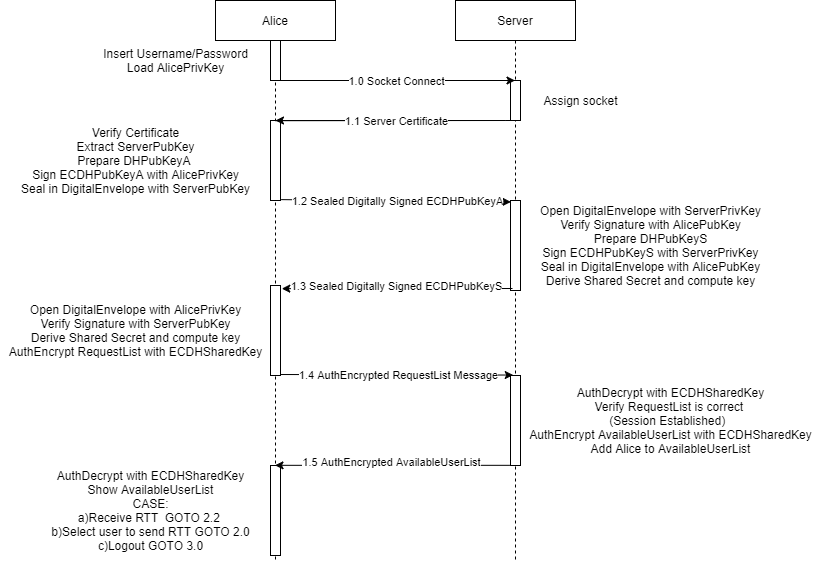
Above: Documentation/Flow_1_Server_Auth.png in matildao-pane/Secure-online-messaging-service (draw.io), before the change. Source tidied: cells renumbered, new cells last; positions are measured from the earlier drawing's top-left corner, leaving out a move shared by most shapes.
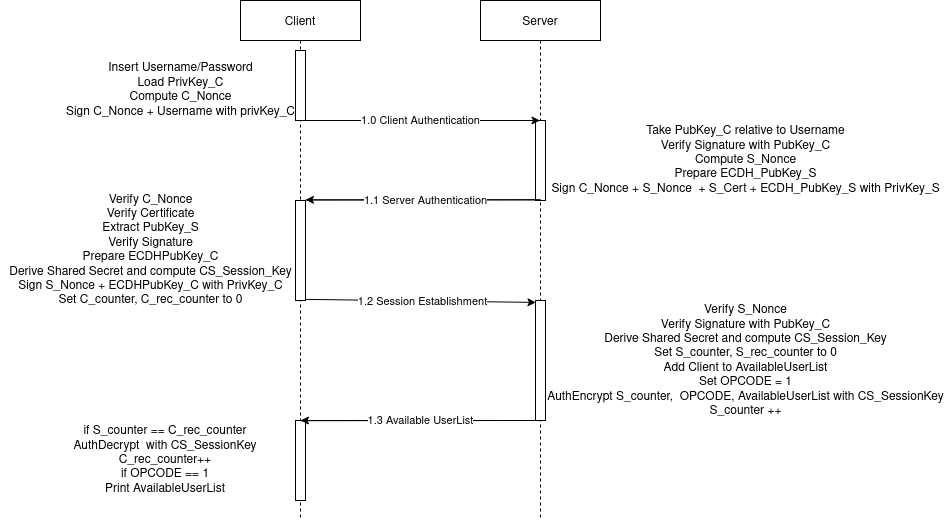
Later version of the same file.

Change to the diagram source:
```diff
@@ -2,109 +2,85 @@
   <root>
     <mxCell id="0" />
     <mxCell id="1" parent="0" />
-    <mxCell id="2" value="Alice" style="shape=umlLifeline;perimeter=lifelinePerimeter;rounded=0;shadow=0;strokeWidth=1;" parent="1" vertex="1">
-      <mxGeometry x="215" width="120" height="560" as="geometry" />
+    <mxCell id="2" value="Client" style="shape=umlLifeline;perimeter=lifelinePerimeter;rounded=0;shadow=0;strokeWidth=1;" parent="1" vertex="1">
+      <mxGeometry x="215" y="-40" width="120" height="520" as="geometry" />
     </mxCell>
-    <mxCell id="3" style="html=1;points=[];perimeter=orthogonalPerimeter;" parent="1" vertex="1">
-      <mxGeometry x="270" y="285" width="10" height="90" as="geometry" />
-    </mxCell>
     <mxCell id="4" style="html=1;points=[];perimeter=orthogonalPerimeter;" parent="1" vertex="1">
-      <mxGeometry x="270" y="120" width="10" height="80" as="geometry" />
+      <mxGeometry x="270" y="160" width="10" height="100" as="geometry" />
     </mxCell>
     <mxCell id="5" value="Server" style="shape=umlLifeline;perimeter=lifelinePerimeter;rounded=0;shadow=0;strokeWidth=1;" parent="1" vertex="1">
-      <mxGeometry x="455" width="120" height="560" as="geometry" />
+      <mxGeometry x="455" y="-40" width="120" height="520" as="geometry" />
     </mxCell>
     <mxCell id="6" style="html=1;perimeter=orthogonalPerimeter;" parent="1" vertex="1">
-      <mxGeometry x="510" y="80" width="10" height="40" as="geometry" />
+      <mxGeometry x="510" y="80" width="10" height="80" as="geometry" />
     </mxCell>
-    <mxCell id="7" value="Assign socket" style="text;html=1;align=center;verticalAlign=middle;strokeColor=none;" parent="1" vertex="1">
-      <mxGeometry x="535" y="90" width="90" height="20" as="geometry" />
+    <mxCell id="7" value="&lt;div&gt;Take PubKey_C relative to Username&lt;br&gt;&lt;/div&gt;&lt;div&gt;Verify Signature with PubKey_C&lt;br&gt;&lt;/div&gt;&lt;div&gt;Compute S_Nonce &lt;br&gt;&lt;/div&gt;&lt;div&gt;Prepare ECDH_PubKey_S&lt;/div&gt;&lt;div&gt;Sign C_Nonce + S_Nonce&amp;nbsp; + S_Cert + ECDH_PubKey_S with PrivKey_S&lt;br&gt;&lt;/div&gt;" style="text;html=1;align=center;verticalAlign=middle;strokeColor=none;" parent="1" vertex="1">
+      <mxGeometry x="520" y="80" width="400" height="80" as="geometry" />
     </mxCell>
     <mxCell id="8" style="endArrow=classic;html=1;" parent="1" edge="1" target="5">
       <mxGeometry relative="1" as="geometry">
         <mxPoint x="275" y="80" as="sourcePoint" />
       </mxGeometry>
     </mxCell>
-    <mxCell id="9" value="1.0 Socket Connect" style="edgeLabel;html=1;align=center;verticalAlign=middle;" parent="8" vertex="1">
+    <mxCell id="9" value="1.0 Client Authentication" style="edgeLabel;html=1;align=center;verticalAlign=middle;" parent="8" vertex="1">
       <mxGeometry relative="1" as="geometry" />
     </mxCell>
     <mxCell id="10" style="endArrow=classic;html=1;" parent="1" edge="1">
       <mxGeometry relative="1" as="geometry">
-        <mxPoint x="275" y="120.2" as="sourcePoint" />
-        <mxPoint x="275" y="120" as="targetPoint" />
+        <mxPoint x="280" y="159.5" as="sourcePoint" />
+        <mxPoint x="280" y="159.3" as="targetPoint" />
         <Array as="points">
-          <mxPoint x="515" y="120" />
+          <mxPoint x="520" y="159.3" />
         </Array>
       </mxGeometry>
     </mxCell>
-    <mxCell id="11" value="1.1 Server Certificate" style="edgeLabel;html=1;align=center;verticalAlign=middle;" parent="10" vertex="1">
+    <mxCell id="11" value="1.1 Server Authentication" style="edgeLabel;html=1;align=center;verticalAlign=middle;" parent="10" vertex="1">
       <mxGeometry relative="1" as="geometry">
         <mxPoint x="-120" as="offset" />
       </mxGeometry>
     </mxCell>
-    <mxCell id="12" value="Verify Certificate&lt;br&gt;Extract ServerPubKey&lt;br&gt;Prepare DHPubKeyA &lt;br&gt;Sign ECDHPubKeyA with AlicePrivKey&lt;br&gt;Seal in DigitalEnvelope with ServerPubKey" style="text;html=1;align=center;verticalAlign=middle;strokeColor=none;" parent="1" vertex="1">
-      <mxGeometry x="15" y="120" width="240" height="80" as="geometry" />
+    <mxCell id="12" value="&lt;div&gt;Verify C_Nonce&lt;/div&gt;&lt;div&gt;Verify Certificate&lt;/div&gt;&lt;div&gt;Extract PubKey_S&lt;br&gt;&lt;/div&gt;&lt;div&gt;Verify Signature&lt;/div&gt;&lt;div&gt;Prepare ECDHPubKey_C &lt;br&gt;&lt;/div&gt;&lt;div&gt;Derive Shared Secret and compute CS_Session_Key&lt;br&gt;&lt;/div&gt;&lt;div&gt;Sign S_Nonce + ECDHPubKey_C with PrivKey_C&lt;/div&gt;&lt;div&gt;&lt;div&gt;Set C_counter, C_rec_counter to 0&lt;/div&gt;&lt;/div&gt;" style="text;html=1;align=center;verticalAlign=middle;strokeColor=none;" parent="1" vertex="1">
+      <mxGeometry x="-25" y="150" width="300" height="120" as="geometry" />
     </mxCell>
     <mxCell id="13" style="html=1;points=[];perimeter=orthogonalPerimeter;" parent="1" vertex="1">
-      <mxGeometry x="510" y="200" width="10" height="90" as="geometry" />
+      <mxGeometry x="510" y="260" width="10" height="120" as="geometry" />
     </mxCell>
     <mxCell id="14" style="endArrow=classic;html=1;exitX=1.071;exitY=0.989;exitDx=0;exitDy=0;exitPerimeter=0;entryX=0.043;entryY=0.016;entryDx=0;entryDy=0;entryPerimeter=0;" parent="1" edge="1" source="4" target="13">
       <mxGeometry relative="1" as="geometry" />
     </mxCell>
-    <mxCell id="15" value="1.2 Sealed Digitally Signed ECDHPubKeyA" style="edgeLabel;html=1;align=center;verticalAlign=middle;" parent="14" vertex="1">
+    <mxCell id="15" value="1.2 Session Establishment" style="edgeLabel;html=1;align=center;verticalAlign=middle;" parent="14" vertex="1">
       <mxGeometry relative="1" as="geometry">
         <mxPoint x="1" as="offset" />
       </mxGeometry>
     </mxCell>
     <mxCell id="16" style="html=1;perimeter=orthogonalPerimeter;" parent="1" vertex="1">
-      <mxGeometry x="270" y="40" width="10" height="40" as="geometry" />
+      <mxGeometry x="270" y="10" width="10" height="70" as="geometry" />
     </mxCell>
-    <mxCell id="17" value="Insert Username/Password&lt;br&gt;Load AlicePrivKey" style="text;html=1;align=center;verticalAlign=middle;strokeColor=none;" parent="1" vertex="1">
-      <mxGeometry x="95" y="45" width="160" height="30" as="geometry" />
+    <mxCell id="17" value="Insert Username/Password&lt;br&gt;&lt;div&gt;Load PrivKey_C&lt;/div&gt;&lt;div&gt;Compute C_Nonce&lt;/div&gt;&lt;div&gt;Sign C_Nonce + Username with privKey_C&lt;br&gt;&lt;/div&gt;" style="text;html=1;align=center;verticalAlign=middle;strokeColor=none;" parent="1" vertex="1">
+      <mxGeometry x="35" y="20" width="240" height="60" as="geometry" />
     </mxCell>
-    <mxCell id="18" value="Open DigitalEnvelope with ServerPrivKey&lt;br&gt;Verify Signature with AlicePubKey&lt;br&gt;Prepare DHPubKeyS&lt;br&gt;Sign ECDHPubKeyS with ServerPrivKey&lt;br&gt;Seal in DigitalEnvelope with AlicePubKey&lt;br&gt;Derive Shared Secret and compute key" style="text;html=1;align=center;verticalAlign=middle;strokeColor=none;" parent="1" vertex="1">
-      <mxGeometry x="530" y="200" width="240" height="90" as="geometry" />
+    <mxCell id="18" value="Verify S_Nonce&lt;br&gt;Verify Signature with PubKey_C&lt;br&gt;&lt;div&gt;Derive Shared Secret and compute CS_Session_Key&lt;/div&gt;&lt;div&gt;&lt;div&gt;Set S_counter, S_rec_counter to 0&lt;/div&gt;&lt;div&gt;Add Client to AvailableUserList&lt;/div&gt;&lt;/div&gt;&lt;div&gt;&lt;div&gt;Set OPCODE = 1&lt;/div&gt;AuthEncrypt S_counter,&amp;nbsp; OPCODE, AvailableUserList with CS_SessionKey&lt;br&gt;&lt;div&gt;S_counter ++&lt;br&gt;&lt;/div&gt;&lt;div&gt;&lt;br&gt;&lt;br&gt;&lt;/div&gt;&lt;/div&gt;" style="text;html=1;align=center;verticalAlign=middle;strokeColor=none;" parent="1" vertex="1">
+      <mxGeometry x="515" y="260" width="410" height="150" as="geometry" />
     </mxCell>
-    <mxCell id="19" style="endArrow=classic;html=1;entryX=1.129;entryY=0.035;entryDx=0;entryDy=0;entryPerimeter=0;" parent="1" edge="1" target="3">
-      <mxGeometry relative="1" as="geometry">
-        <mxPoint x="512" y="288" as="sourcePoint" />
-      </mxGeometry>
-    </mxCell>
-    <mxCell id="20" value="1.3 Sealed Digitally Signed ECDHPubKeyS" style="edgeLabel;html=1;align=center;verticalAlign=middle;" parent="19" vertex="1">
-      <mxGeometry relative="1" as="geometry">
-        <mxPoint x="-2" y="-3" as="offset" />
-      </mxGeometry>
-    </mxCell>
-    <mxCell id="21" value="Open DigitalEnvelope with AlicePrivKey&lt;br&gt;Verify Signature with ServerPubKey&lt;br&gt;Derive Shared Secret and compute key&lt;br&gt;AuthEncrypt RequestList with ECDHSharedKey" style="text;html=1;align=center;verticalAlign=middle;strokeColor=none;" parent="1" vertex="1">
-      <mxGeometry y="300" width="270" height="60" as="geometry" />
-    </mxCell>
-    <mxCell id="22" style="endArrow=classic;html=1;exitX=0.957;exitY=0.989;exitDx=0;exitDy=0;exitPerimeter=0;entryX=0.271;entryY=-0.005;entryDx=0;entryDy=0;entryPerimeter=0;" parent="1" edge="1" source="3" target="24">
-      <mxGeometry relative="1" as="geometry" />
-    </mxCell>
-    <mxCell id="23" value="1.4 AuthEncrypted RequestList Message" style="edgeLabel;html=1;align=center;verticalAlign=middle;" parent="22" vertex="1">
-      <mxGeometry relative="1" as="geometry">
-        <mxPoint x="1" as="offset" />
-      </mxGeometry>
-    </mxCell>
-    <mxCell id="24" style="html=1;points=[];perimeter=orthogonalPerimeter;" parent="1" vertex="1">
-      <mxGeometry x="510" y="375" width="10" height="90" as="geometry" />
-    </mxCell>
-    <mxCell id="25" value="AuthDecrypt with ECDHSharedKey&lt;br&gt;Verify RequestList is correct &lt;br&gt;(Session Established)&amp;nbsp;&amp;nbsp;&lt;br&gt;AuthEncrypt AvailableUserList with ECDHSharedKey&lt;br&gt;Add Alice to AvailableUserList" style="text;html=1;align=center;verticalAlign=middle;strokeColor=none;" parent="1" vertex="1">
-      <mxGeometry x="520" y="385" width="300" height="70" as="geometry" />
-    </mxCell>
-    <mxCell id="26" style="html=1;perimeter=orthogonalPerimeter;" parent="1" vertex="1">
-      <mxGeometry x="270" y="465" width="10" height="90" as="geometry" />
-    </mxCell>
-    <mxCell id="27" style="endArrow=classic;html=1;exitX=-0.071;exitY=0.998;exitDx=0;exitDy=0;exitPerimeter=0;" parent="1" edge="1" source="24" target="2">
-      <mxGeometry relative="1" as="geometry" />
-    </mxCell>
-    <mxCell id="28" value="1.5 AuthEncrypted AvailableUserList" style="edgeLabel;html=1;align=center;verticalAlign=middle;" parent="27" vertex="1">
-      <mxGeometry relative="1" as="geometry">
-        <mxPoint x="-2" y="-3" as="offset" />
-      </mxGeometry>
-    </mxCell>
-    <mxCell id="29" value="AuthDecrypt with ECDHSharedKey&lt;br&gt;Show AvailableUserList&lt;br&gt;CASE:&lt;br&gt;a)Receive RTT&amp;nbsp; GOTO 2.2&amp;nbsp;&lt;br&gt;b)Select user to send RTT GOTO 2.0&lt;br&gt;c)Logout GOTO 3.0" style="text;html=1;align=center;verticalAlign=middle;strokeColor=none;" parent="1" vertex="1">
-      <mxGeometry x="45" y="470" width="210" height="80" as="geometry" />
-    </mxCell>
+    <mxCell id="30" style="html=1;perimeter=orthogonalPerimeter;" parent="1" vertex="1">
+      <mxGeometry x="270" y="380" width="10" height="80" as="geometry" />
+    </mxCell>
+    <mxCell id="31" style="endArrow=classic;html=1;" parent="1" edge="1">
+      <mxGeometry relative="1" as="geometry">
+        <mxPoint x="275" y="380.2" as="sourcePoint" />
+        <mxPoint x="275" y="380" as="targetPoint" />
+        <Array as="points">
+          <mxPoint x="515" y="380" />
+        </Array>
+      </mxGeometry>
+    </mxCell>
+    <mxCell id="32" value="1.3 Available UserList" style="edgeLabel;html=1;align=center;verticalAlign=middle;" parent="31" vertex="1">
+      <mxGeometry relative="1" as="geometry">
+        <mxPoint x="-120" as="offset" />
+      </mxGeometry>
+    </mxCell>
+    <mxCell id="33" value="if S_counter == C_rec_counter&lt;div&gt;AuthDecrypt&amp;nbsp; with CS_SessionKey&lt;/div&gt;&lt;div&gt;C_rec_counter++&lt;/div&gt;&lt;div&gt;if OPCODE == 1&lt;/div&gt;&lt;div&gt;Print AvailableUserList&lt;br&gt;&lt;/div&gt;" style="text;html=1;strokeColor=none;fillColor=none;align=center;verticalAlign=middle;whiteSpace=wrap;rounded=0;" parent="1" vertex="1">
+      <mxGeometry x="45" y="410" width="190" height="20" as="geometry" />
+    </mxCell>
   </root>
 </mxGraphModel>
```
